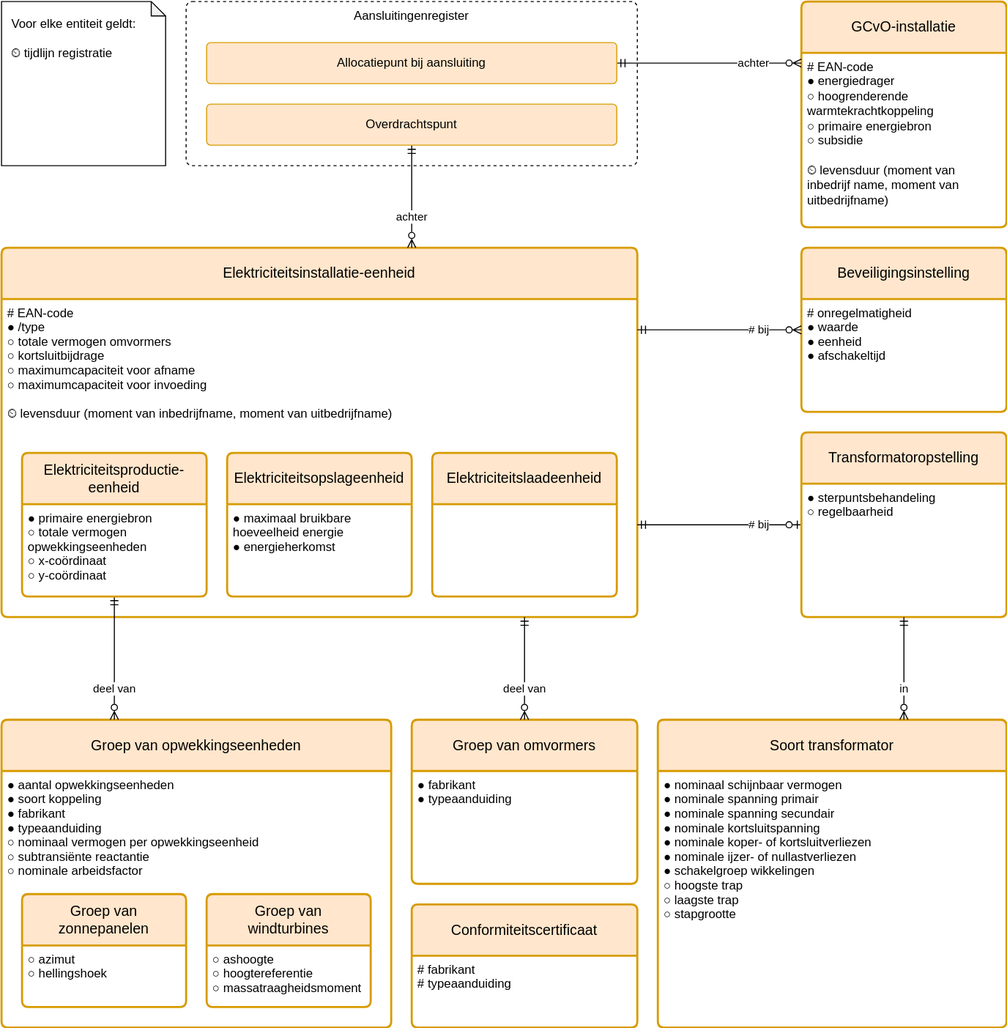
Netbeheer-Nederland/stelsel keeps this draw.io diagram as registers/installatieregister/1.0/installatieregister.drawio.svg. Above is the earlier version. Source tidied: cells renumbered, new cells last; positions are measured from the earlier drawing's top-left corner, leaving out a move shared by most shapes.
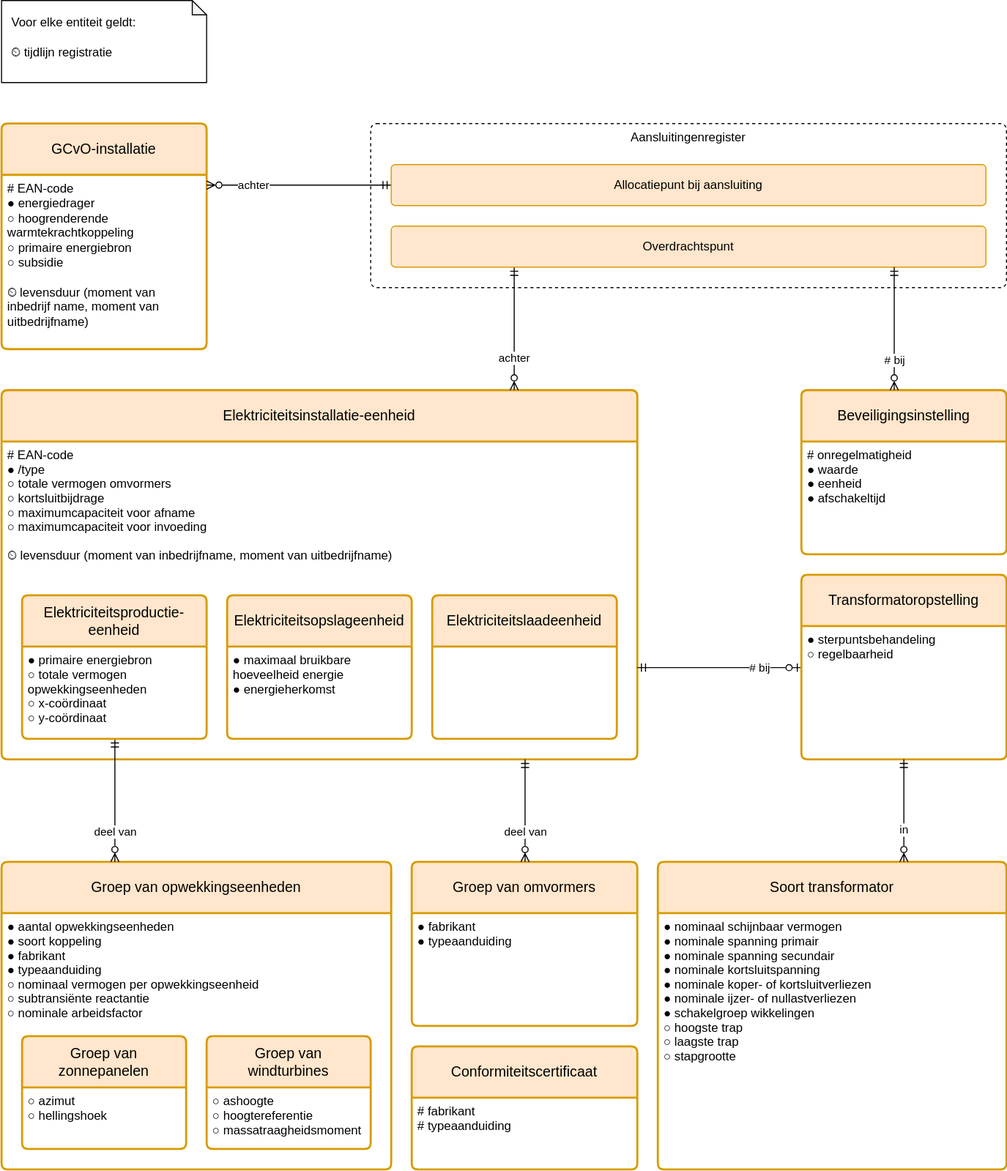
After the commit.

Commit message:
relatie beveilingsinstelling naar overdrachtspunt

What changed in the source:
```diff
@@ -3,15 +3,15 @@
     <mxCell id="0" />
     <mxCell id="1" parent="0" />
     <mxCell id="2" value="Aansluitingenregister" style="rounded=1;whiteSpace=wrap;html=1;dashed=1;verticalAlign=top;arcSize=12;absoluteArcSize=1;" parent="1" vertex="1">
-      <mxGeometry x="180" width="440" height="160" as="geometry" />
+      <mxGeometry x="360" y="-20" width="620" height="160" as="geometry" />
     </mxCell>
     <mxCell id="3" value="GCvO-installatie" style="swimlane;horizontal=1;startSize=50;rounded=1;fontSize=14;fontStyle=0;strokeWidth=2;shadow=0;dashed=0;align=center;arcSize=4;fillColor=#ffe6cc;strokeColor=#d79b00;whiteSpace=wrap;html=1;spacing=10;" parent="1" vertex="1">
-      <mxGeometry x="780" width="200" height="220" as="geometry" />
+      <mxGeometry y="-20" width="200" height="220" as="geometry" />
     </mxCell>
     <mxCell id="4" value="# EAN-code&lt;br&gt;● energiedrager&lt;br&gt;○&amp;nbsp;hoogrenderende&lt;div&gt;&amp;nbsp; &amp;nbsp;warmtekrachtkoppeling&lt;br&gt;○ primaire energiebron&lt;br&gt;&lt;div&gt;○ subsidie&lt;br&gt;&lt;br&gt;⏲&amp;nbsp;levensduur&amp;nbsp;&lt;span style=&quot;background-color: initial; color: light-dark(rgb(0, 0, 0), rgb(255, 255, 255));&quot;&gt;(moment&amp;nbsp;&lt;/span&gt;&lt;span style=&quot;background-color: initial; color: light-dark(rgb(0, 0, 0), rgb(255, 255, 255));&quot;&gt;van&lt;/span&gt;&lt;/div&gt;&lt;div&gt;&lt;span style=&quot;background-color: initial; color: light-dark(rgb(0, 0, 0), rgb(255, 255, 255));&quot;&gt;&amp;nbsp; &amp;nbsp; &amp;nbsp;inbedrijf&lt;/span&gt;&lt;span style=&quot;background-color: initial; color: light-dark(rgb(0, 0, 0), rgb(255, 255, 255));&quot;&gt;name,&amp;nbsp;&lt;/span&gt;&lt;span style=&quot;background-color: initial;&quot;&gt;moment&lt;/span&gt;&lt;span style=&quot;background-color: initial;&quot;&gt;&amp;nbsp;van&lt;/span&gt;&lt;/div&gt;&lt;div&gt;&lt;span style=&quot;background-color: initial;&quot;&gt;&amp;nbsp; &amp;nbsp; &amp;nbsp;&lt;/span&gt;&lt;span style=&quot;background-color: initial;&quot;&gt;uitbedrijfname)&lt;/span&gt;&lt;/div&gt;&lt;/div&gt;" style="align=left;strokeColor=none;fillColor=none;spacingLeft=4;fontSize=12;verticalAlign=top;html=1;" parent="3" vertex="1">
       <mxGeometry y="50" width="200" height="170" as="geometry" />
     </mxCell>
-    <mxCell id="5" value="achter" style="edgeStyle=elbowEdgeStyle;rounded=0;jettySize=auto;html=1;endArrow=ERmandOne;endFill=0;startArrow=ERzeroToMany;startFill=0;align=right;elbow=vertical;" parent="1" edge="1" source="3" target="22">
+    <mxCell id="5" value="achter" style="edgeStyle=elbowEdgeStyle;rounded=0;jettySize=auto;html=1;endArrow=ERmandOne;endFill=0;startArrow=ERzeroToMany;startFill=0;align=left;elbow=vertical;" parent="1" edge="1" source="3" target="22">
       <mxGeometry x="-0.67" relative="1" as="geometry" />
     </mxCell>
     <mxCell id="6" value="Elektriciteitsinstallatie-eenheid" style="swimlane;horizontal=1;startSize=50;rounded=1;fontSize=14;fontStyle=0;strokeWidth=2;shadow=0;dashed=0;align=center;fillColor=#ffe6cc;strokeColor=#d79b00;arcSize=4;whiteSpace=wrap;html=1;spacing=10;" parent="1" vertex="1">
@@ -51,10 +51,10 @@
       <mxGeometry y="50" width="180" height="90" as="geometry" />
     </mxCell>
     <mxCell id="18" value="achter" style="endArrow=ERmandOne;html=1;rounded=0;endFill=0;startArrow=ERzeroToMany;startFill=0;align=center;edgeStyle=elbowEdgeStyle;" parent="1" edge="1" source="6" target="19">
-      <mxGeometry x="-0.4" relative="1" as="geometry" />
+      <mxGeometry x="-0.5" relative="1" as="geometry" />
     </mxCell>
     <mxCell id="19" value="Overdrachtspunt" style="rounded=1;arcSize=10;whiteSpace=wrap;html=1;align=center;fillColor=#ffe6cc;strokeColor=#d79b00;" parent="1" vertex="1">
-      <mxGeometry x="200" y="100" width="400" height="40" as="geometry" />
+      <mxGeometry x="380" y="80" width="580" height="40" as="geometry" />
     </mxCell>
     <mxCell id="20" value="Conformiteitscertificaat" style="swimlane;horizontal=1;startSize=50;rounded=1;fontSize=14;fontStyle=0;strokeWidth=2;shadow=0;dashed=0;align=center;fillColor=#ffe6cc;strokeColor=#d79b00;arcSize=4;whiteSpace=wrap;html=1;spacing=10;" parent="1" vertex="1">
       <mxGeometry x="400" y="880" width="220" height="120" as="geometry" />
@@ -63,7 +63,7 @@
       <mxGeometry y="50" width="220" height="70" as="geometry" />
     </mxCell>
     <mxCell id="22" value="Allocatiepunt bij aansluiting" style="rounded=1;arcSize=10;whiteSpace=wrap;html=1;align=center;fillColor=#ffe6cc;strokeColor=#d79b00;" parent="1" vertex="1">
-      <mxGeometry x="200" y="40" width="400" height="40" as="geometry" />
+      <mxGeometry x="380" y="20" width="580" height="40" as="geometry" />
     </mxCell>
     <mxCell id="23" value="Beveiligingsinstelling" style="swimlane;horizontal=1;startSize=50;rounded=1;fontSize=14;fontStyle=0;strokeWidth=2;shadow=0;dashed=0;align=center;fillColor=#ffe6cc;strokeColor=#d79b00;arcSize=4;whiteSpace=wrap;html=1;spacing=10;" parent="1" vertex="1">
       <mxGeometry x="780" y="240" width="200" height="160" as="geometry" />
@@ -71,8 +71,8 @@
     <mxCell id="24" value="# onregelmatigheid&#10;● waarde&#10;● eenheid&#10;● afschakeltijd" style="align=left;strokeColor=none;fillColor=none;spacingLeft=4;fontSize=12;verticalAlign=top;" parent="23" vertex="1">
       <mxGeometry y="50" width="200" height="110" as="geometry" />
     </mxCell>
-    <mxCell id="25" value="# bij" style="endArrow=ERzeroToMany;html=1;rounded=0;startArrow=ERmandOne;startFill=0;endFill=0;align=right;edgeStyle=elbowEdgeStyle;elbow=vertical;" parent="1" edge="1" source="6" target="23">
-      <mxGeometry x="0.62" relative="1" as="geometry" />
+    <mxCell id="25" value="# bij" style="endArrow=ERzeroToMany;html=1;rounded=0;startArrow=ERmandOne;startFill=0;endFill=0;align=center;edgeStyle=elbowEdgeStyle;" parent="1" edge="1" source="19" target="23">
+      <mxGeometry x="0.5" relative="1" as="geometry" />
     </mxCell>
     <mxCell id="26" value="Groep van omvormers" style="swimlane;horizontal=1;startSize=50;rounded=1;fontSize=14;fontStyle=0;strokeWidth=2;shadow=0;dashed=0;align=center;fillColor=#ffe6cc;strokeColor=#d79b00;arcSize=4;whiteSpace=wrap;html=1;spacing=10;" parent="1" vertex="1">
       <mxGeometry x="400" y="700" width="220" height="160" as="geometry" />
@@ -111,7 +111,7 @@
       <mxGeometry y="50" width="180" height="90" as="geometry" />
     </mxCell>
     <mxCell id="38" value="Voor elke entiteit geldt:&lt;div&gt;&lt;br&gt;&lt;/div&gt;&lt;div&gt;&lt;span style=&quot;text-wrap-mode: nowrap;&quot;&gt;⏲ tijdlijn registratie&lt;/span&gt;&lt;/div&gt;" style="shape=note;whiteSpace=wrap;html=1;backgroundOutline=1;darkOpacity=0.05;align=left;spacing=10;size=14;verticalAlign=top;" parent="1" vertex="1">
-      <mxGeometry width="160" height="160" as="geometry" />
+      <mxGeometry y="-140" width="200" height="80" as="geometry" />
     </mxCell>
   </root>
 </mxGraphModel>
```
